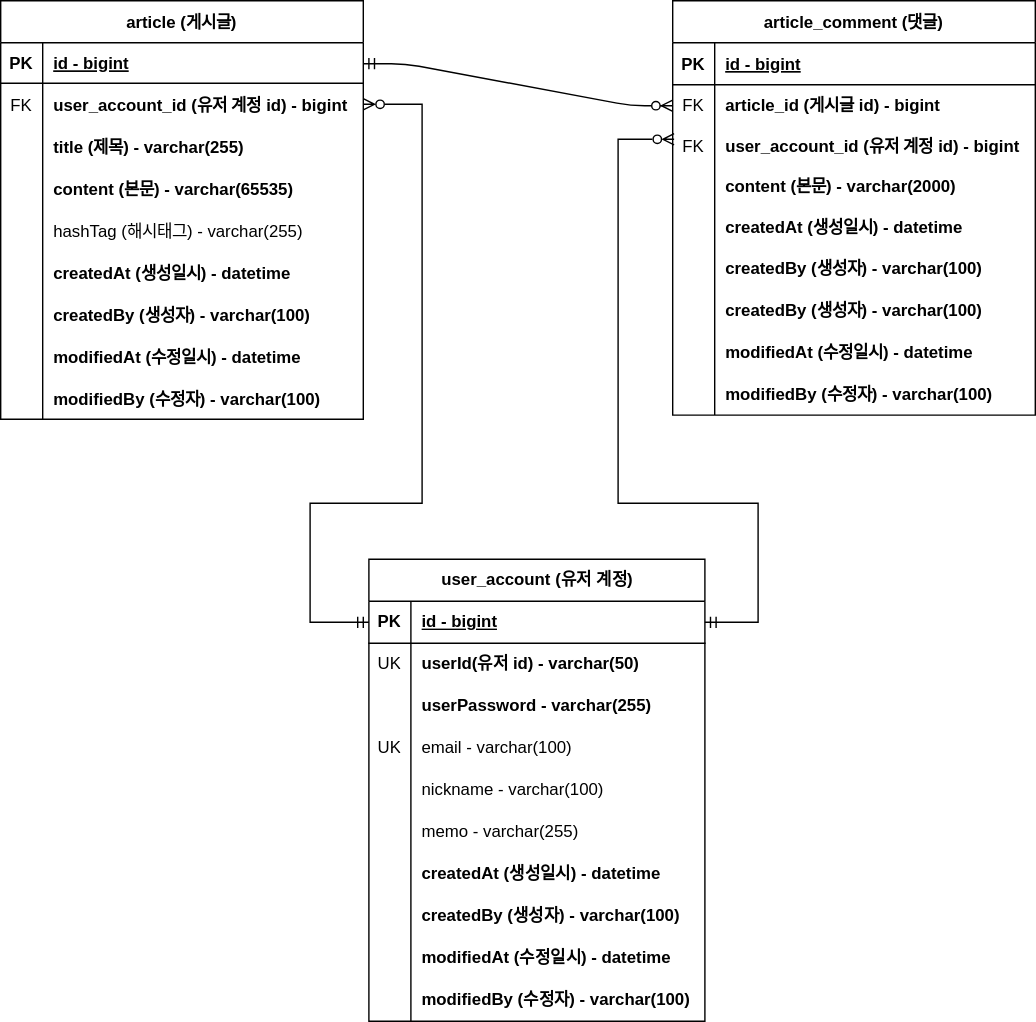
This is document/project-board-erd.svg from sungjun1116/project-board, a draw.io export, as it was before one commit. Source tidied: cells renumbered, new cells last; positions are measured from the earlier drawing's top-left corner, leaving out a move shared by most shapes.
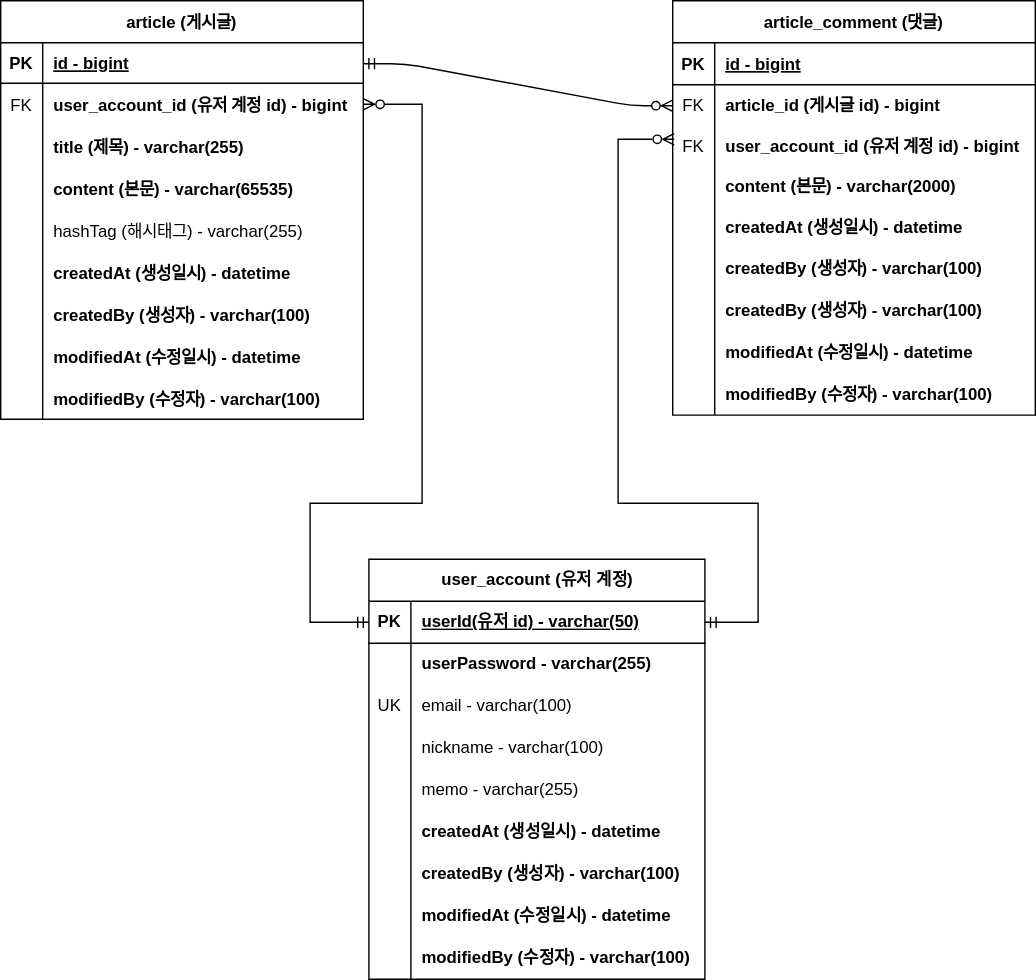
Above is the later version.

Commit message:
#35 - ERD 문서 수정: 회원 계정 user_id 를 PK 로 변경

Diff of the diagram source:
```diff
@@ -201,7 +201,7 @@
       </mxGeometry>
     </mxCell>
     <mxCell id="61" value="user_account (유저 계정)" style="shape=table;startSize=30;rowLines=0;fontStyle=1;align=center;html=1;" parent="1" vertex="1">
-      <mxGeometry x="263" y="399" width="240" height="330" as="geometry" />
+      <mxGeometry x="263" y="399" width="240" height="300" as="geometry" />
     </mxCell>
     <mxCell id="62" style="shape=tableRow;horizontal=0;startSize=0;swimlaneHead=0;swimlaneBody=0;fillColor=none;top=0;left=0;right=0;bottom=1;" parent="61" vertex="1">
       <mxGeometry y="30" width="240" height="30" as="geometry" />
@@ -209,20 +209,11 @@
     <mxCell id="63" value="PK" style="shape=partialRectangle;fillColor=none;top=0;left=0;bottom=0;right=0;fontStyle=1;overflow=hidden;whiteSpace=wrap;html=1;" parent="62" vertex="1">
       <mxGeometry width="30" height="30" as="geometry" />
     </mxCell>
-    <mxCell id="64" value="id - bigint" style="shape=partialRectangle;fillColor=none;top=0;left=0;bottom=0;right=0;align=left;spacingLeft=6;fontStyle=5;overflow=hidden;whiteSpace=wrap;html=1;" parent="62" vertex="1">
+    <mxCell id="64" value="userId(유저 id) - varchar(50)" style="shape=partialRectangle;fillColor=none;top=0;left=0;bottom=0;right=0;align=left;spacingLeft=6;fontStyle=5;overflow=hidden;whiteSpace=wrap;html=1;" parent="62" vertex="1">
       <mxGeometry x="30" width="210" height="30" as="geometry" />
     </mxCell>
-    <mxCell id="65" style="shape=tableRow;horizontal=0;startSize=0;swimlaneHead=0;swimlaneBody=0;fillColor=none;top=0;left=0;right=0;bottom=0;" parent="61" vertex="1">
-      <mxGeometry y="60" width="240" height="30" as="geometry" />
-    </mxCell>
-    <mxCell id="66" value="UK" style="shape=partialRectangle;fillColor=none;top=0;left=0;bottom=0;right=0;overflow=hidden;whiteSpace=wrap;html=1;" parent="65" vertex="1">
-      <mxGeometry width="30" height="30" as="geometry" />
-    </mxCell>
-    <mxCell id="67" value="userId(유저 id) - varchar(50)" style="shape=partialRectangle;fillColor=none;top=0;left=0;bottom=0;right=0;align=left;spacingLeft=6;overflow=hidden;whiteSpace=wrap;html=1;fontStyle=1;" parent="65" vertex="1">
-      <mxGeometry x="30" width="210" height="30" as="geometry" />
-    </mxCell>
     <mxCell id="68" style="shape=tableRow;horizontal=0;startSize=0;swimlaneHead=0;swimlaneBody=0;fillColor=none;top=0;left=0;right=0;bottom=0;" parent="61" vertex="1">
-      <mxGeometry y="90" width="240" height="30" as="geometry" />
+      <mxGeometry y="60" width="240" height="30" as="geometry" />
     </mxCell>
     <mxCell id="69" style="shape=partialRectangle;fillColor=none;top=0;left=0;bottom=0;right=0;overflow=hidden;whiteSpace=wrap;html=1;" parent="68" vertex="1">
       <mxGeometry width="30" height="30" as="geometry" />
@@ -231,7 +222,7 @@
       <mxGeometry x="30" width="210" height="30" as="geometry" />
     </mxCell>
     <mxCell id="71" style="shape=tableRow;horizontal=0;startSize=0;swimlaneHead=0;swimlaneBody=0;fillColor=none;top=0;left=0;right=0;bottom=0;" parent="61" vertex="1">
-      <mxGeometry y="120" width="240" height="30" as="geometry" />
+      <mxGeometry y="90" width="240" height="30" as="geometry" />
     </mxCell>
     <mxCell id="72" value="UK" style="shape=partialRectangle;fillColor=none;top=0;left=0;bottom=0;right=0;overflow=hidden;whiteSpace=wrap;html=1;" parent="71" vertex="1">
       <mxGeometry width="30" height="30" as="geometry" />
@@ -240,7 +231,7 @@
       <mxGeometry x="30" width="210" height="30" as="geometry" />
     </mxCell>
     <mxCell id="74" style="shape=tableRow;horizontal=0;startSize=0;swimlaneHead=0;swimlaneBody=0;fillColor=none;top=0;left=0;right=0;bottom=0;" parent="61" vertex="1">
-      <mxGeometry y="150" width="240" height="30" as="geometry" />
+      <mxGeometry y="120" width="240" height="30" as="geometry" />
     </mxCell>
     <mxCell id="75" style="shape=partialRectangle;fillColor=none;top=0;left=0;bottom=0;right=0;overflow=hidden;whiteSpace=wrap;html=1;" parent="74" vertex="1">
       <mxGeometry width="30" height="30" as="geometry" />
@@ -249,7 +240,7 @@
       <mxGeometry x="30" width="210" height="30" as="geometry" />
     </mxCell>
     <mxCell id="77" style="shape=tableRow;horizontal=0;startSize=0;swimlaneHead=0;swimlaneBody=0;fillColor=none;top=0;left=0;right=0;bottom=0;" parent="61" vertex="1">
-      <mxGeometry y="180" width="240" height="30" as="geometry" />
+      <mxGeometry y="150" width="240" height="30" as="geometry" />
     </mxCell>
     <mxCell id="78" style="shape=partialRectangle;fillColor=none;top=0;left=0;bottom=0;right=0;overflow=hidden;whiteSpace=wrap;html=1;" parent="77" vertex="1">
       <mxGeometry width="30" height="30" as="geometry" />
@@ -258,7 +249,7 @@
       <mxGeometry x="30" width="210" height="30" as="geometry" />
     </mxCell>
     <mxCell id="80" style="shape=tableRow;horizontal=0;startSize=0;swimlaneHead=0;swimlaneBody=0;fillColor=none;top=0;left=0;right=0;bottom=0;" parent="61" vertex="1">
-      <mxGeometry y="210" width="240" height="30" as="geometry" />
+      <mxGeometry y="180" width="240" height="30" as="geometry" />
     </mxCell>
     <mxCell id="81" style="shape=partialRectangle;fillColor=none;top=0;left=0;bottom=0;right=0;overflow=hidden;whiteSpace=wrap;html=1;" parent="80" vertex="1">
       <mxGeometry width="30" height="30" as="geometry" />
@@ -267,7 +258,7 @@
       <mxGeometry x="30" width="210" height="30" as="geometry" />
     </mxCell>
     <mxCell id="83" style="shape=tableRow;horizontal=0;startSize=0;swimlaneHead=0;swimlaneBody=0;fillColor=none;top=0;left=0;right=0;bottom=0;" parent="61" vertex="1">
-      <mxGeometry y="240" width="240" height="30" as="geometry" />
+      <mxGeometry y="210" width="240" height="30" as="geometry" />
     </mxCell>
     <mxCell id="84" style="shape=partialRectangle;fillColor=none;top=0;left=0;bottom=0;right=0;overflow=hidden;whiteSpace=wrap;html=1;" parent="83" vertex="1">
       <mxGeometry width="30" height="30" as="geometry" />
@@ -276,7 +267,7 @@
       <mxGeometry x="30" width="210" height="30" as="geometry" />
     </mxCell>
     <mxCell id="86" style="shape=tableRow;horizontal=0;startSize=0;swimlaneHead=0;swimlaneBody=0;fillColor=none;top=0;left=0;right=0;bottom=0;" parent="61" vertex="1">
-      <mxGeometry y="270" width="240" height="30" as="geometry" />
+      <mxGeometry y="240" width="240" height="30" as="geometry" />
     </mxCell>
     <mxCell id="87" style="shape=partialRectangle;fillColor=none;top=0;left=0;bottom=0;right=0;overflow=hidden;whiteSpace=wrap;html=1;" parent="86" vertex="1">
       <mxGeometry width="30" height="30" as="geometry" />
@@ -285,7 +276,7 @@
       <mxGeometry x="30" width="210" height="30" as="geometry" />
     </mxCell>
     <mxCell id="89" style="shape=tableRow;horizontal=0;startSize=0;swimlaneHead=0;swimlaneBody=0;fillColor=none;top=0;left=0;right=0;bottom=0;" parent="61" vertex="1">
-      <mxGeometry y="300" width="240" height="30" as="geometry" />
+      <mxGeometry y="270" width="240" height="30" as="geometry" />
     </mxCell>
     <mxCell id="90" style="shape=partialRectangle;fillColor=none;top=0;left=0;bottom=0;right=0;overflow=hidden;whiteSpace=wrap;html=1;" parent="89" vertex="1">
       <mxGeometry width="30" height="30" as="geometry" />
```
